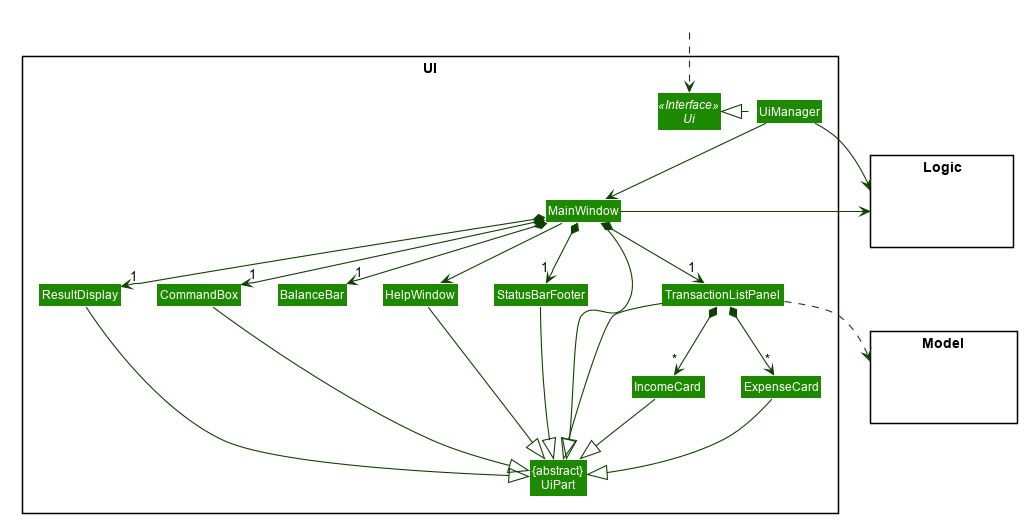
Above: docs/images/UiClassDiagram.png in nus-cs2103-AY1920S1/addressbook-level3 (PlantUML), before the change. Source of this version:
```plantuml
@startuml








skinparam BackgroundColor #FFFFFFF

skinparam Shadowing false

skinparam Class {
    FontColor #FFFFFF
    BorderThickness 1
    BorderColor #FFFFFF
    StereotypeFontColor #FFFFFF
    FontName Arial
}

skinparam Actor {
    BorderColor #000000
    Color #000000
    FontName Arial
}

skinparam Sequence {
    MessageAlign center
    BoxFontSize 15
    BoxPadding 0
    BoxFontColor #FFFFFF
    FontName Arial
}

skinparam Participant {
    FontColor #FFFFFFF
    Padding 20
}

skinparam MinClassWidth 50
skinparam ParticipantPadding 10
skinparam Shadowing false
skinparam DefaultTextAlignment center
skinparam packageStyle Rectangle

hide footbox
hide members
hide circle
skinparam arrowThickness 1.1
skinparam arrowColor #0E4100
skinparam classBackgroundColor #1D8900

package UI <<Rectangle>>{
Interface Ui <<Interface>>
Class "{abstract}\nUiPart" as UiPart
Class UiManager
Class MainWindow
Class HelpWindow
Class BalanceBar
Class ResultDisplay
Class TransactionListPanel
Class ExpenseCard
class IncomeCard
Class StatusBarFooter
Class CommandBox
}

package Model <<Rectangle>> {
Class HiddenModel #FFFFFF
}

package Logic <<Rectangle>> {
Class HiddenLogic #FFFFFF
}

Class HiddenOutside #FFFFFF
HiddenOutside ..> Ui

UiManager .left.|> Ui
UiManager -down-> MainWindow
MainWindow --> HelpWindow
MainWindow *-down-> "1" CommandBox
MainWindow *-down-> "1" ResultDisplay
MainWindow *-down-> "1" TransactionListPanel
MainWindow *-down-> "1" BalanceBar
MainWindow *-down-> "1" StatusBarFooter

TransactionListPanel *-down-> "*" ExpenseCard
TransactionListPanel *-down-> "*" IncomeCard

MainWindow -left-|> UiPart

ResultDisplay --|> UiPart
CommandBox --|> UiPart
TransactionListPanel --|> UiPart
ExpenseCard --|> UiPart
IncomeCard --|> UiPart
StatusBarFooter --|> UiPart
HelpWindow -down-|> UiPart

TransactionListPanel ..> Model
UiManager -right-> Logic
MainWindow -left-> Logic

HelpWindow -[hidden]left- CommandBox
CommandBox -[hidden]left- ResultDisplay
ResultDisplay -[hidden]left- StatusBarFooter
BalanceBar -[hidden]left- ResultDisplay
ExpenseCard -[hidden]left- UiManager

Model -[hidden]-|> UiPart
MainWindow -[hidden]-|> UiPart
@enduml
```
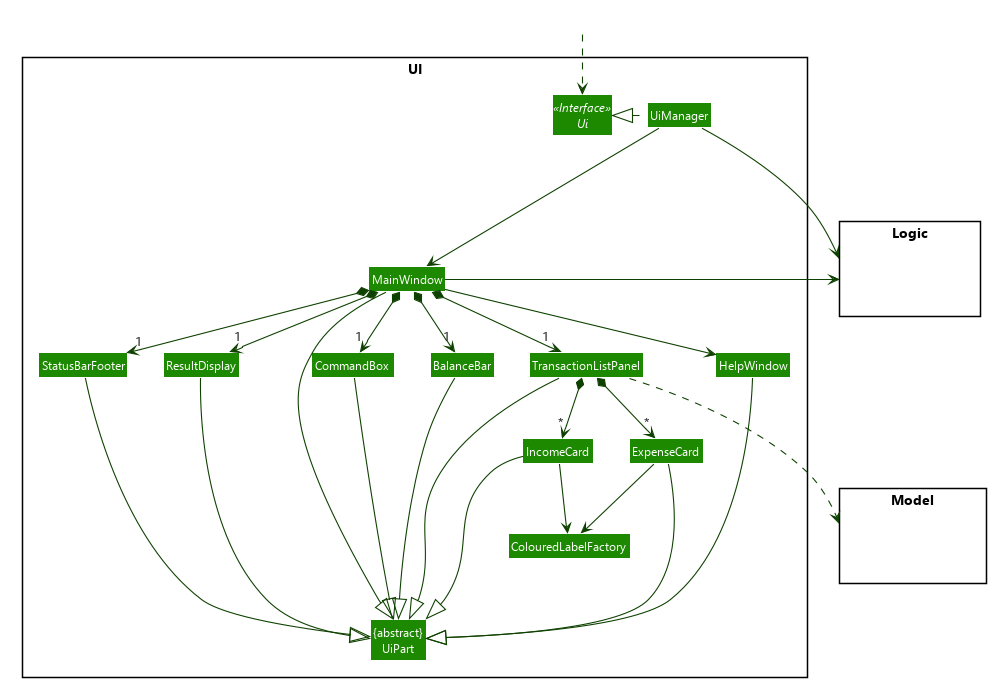
After the change.

Change to the diagram source:
```diff
@@ -11,18 +11,23 @@
 
 skinparam Shadowing false
 
+skinparam MinClassWidth 50
+skinparam ParticipantPadding 10
+skinparam DefaultTextAlignment center
+skinparam packageStyle Rectangle
+
+skinparam defaultFontName Segoe UI
+
 skinparam Class {
     FontColor #FFFFFF
     BorderThickness 1
     BorderColor #FFFFFF
     StereotypeFontColor #FFFFFF
-    FontName Arial
 }
 
 skinparam Actor {
     BorderColor #000000
     Color #000000
-    FontName Arial
 }
 
 skinparam Sequence {
@@ -30,7 +35,6 @@
     BoxFontSize 15
     BoxPadding 0
     BoxFontColor #FFFFFF
-    FontName Arial
 }
 
 skinparam Participant {
@@ -38,11 +42,6 @@
     Padding 20
 }
 
-skinparam MinClassWidth 50
-skinparam ParticipantPadding 10
-skinparam Shadowing false
-skinparam DefaultTextAlignment center
-skinparam packageStyle Rectangle
 
 hide footbox
 hide members
@@ -64,6 +63,7 @@
 class IncomeCard
 Class StatusBarFooter
 Class CommandBox
+Class ColouredLabelFactory
 }
 
 package Model <<Rectangle>> {
@@ -78,7 +78,7 @@
 HiddenOutside ..> Ui
 
 UiManager .left.|> Ui
-UiManager -down-> MainWindow
+UiManager -down--> MainWindow
 MainWindow --> HelpWindow
 MainWindow *-down-> "1" CommandBox
 MainWindow *-down-> "1" ResultDisplay
@@ -86,18 +86,22 @@
 MainWindow *-down-> "1" BalanceBar
 MainWindow *-down-> "1" StatusBarFooter
 
+
 TransactionListPanel *-down-> "*" ExpenseCard
 TransactionListPanel *-down-> "*" IncomeCard
+ExpenseCard -down-> ColouredLabelFactory
+IncomeCard -down-> ColouredLabelFactory
+
 
 MainWindow -left-|> UiPart
-
-ResultDisplay --|> UiPart
-CommandBox --|> UiPart
-TransactionListPanel --|> UiPart
-ExpenseCard --|> UiPart
+StatusBarFooter ---|> UiPart
+ResultDisplay -right-|> UiPart
+CommandBox -down--|> UiPart
+BalanceBar -down-|> UiPart
+TransactionListPanel -down--|> UiPart
+ExpenseCard ---|> UiPart
 IncomeCard --|> UiPart
-StatusBarFooter --|> UiPart
-HelpWindow -down-|> UiPart
+HelpWindow ---|> UiPart
 
 TransactionListPanel ..> Model
 UiManager -right-> Logic
```
